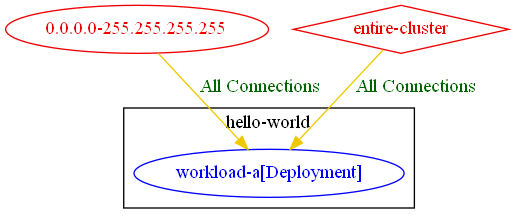
np-guard/netpol-analyzer keeps this Graphviz diagram as test_outputs/connlist/exposure_test_allow_ingress_deny_egress_connlist_output.dot.png. Above is the earlier version. Its source is kept beside it as test_outputs/connlist/exposure_test_allow_ingress_deny_egress_connlist_output.dot.
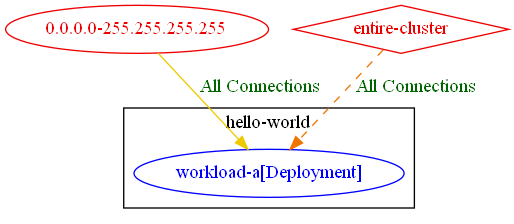
After the change.

What changed in the source:
```diff
@@ -8,5 +8,5 @@
 	"0.0.0.0-255.255.255.255" [label="0.0.0.0-255.255.255.255" color="red2" fontcolor="red2"]
 	"entire-cluster" [label="entire-cluster" color="red2" fontcolor="red2" shape=diamond]
 	"0.0.0.0-255.255.255.255" -> "hello-world/workload-a[Deployment]" [label="All Connections" color="gold2" fontcolor="darkgreen"]
-	"entire-cluster" -> "hello-world/workload-a[Deployment]" [label="All Connections" color="gold2" fontcolor="darkgreen" weight=1]
+	"entire-cluster" -> "hello-world/workload-a[Deployment]" [label="All Connections" color="darkorange2" fontcolor="darkgreen" weight=1 style=dashed]
 }
```
